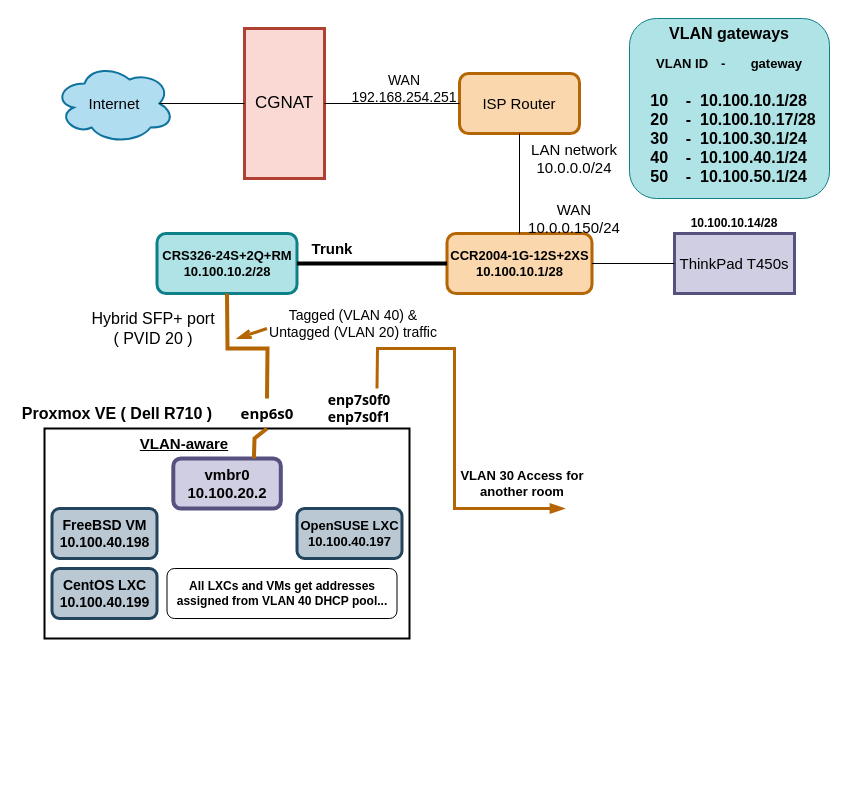
Andreansx/Networking-lab keeps this draw.io diagram as media/topology.drawio. Above is the earlier version. Source tidied: cells renumbered, new cells numbered last; positions are measured from the earlier drawing's top-left corner, leaving out a move shared by most shapes. Both pictures are drawn from the tidied source at 100%, with x=0, y=0 at pixel (16, 18).
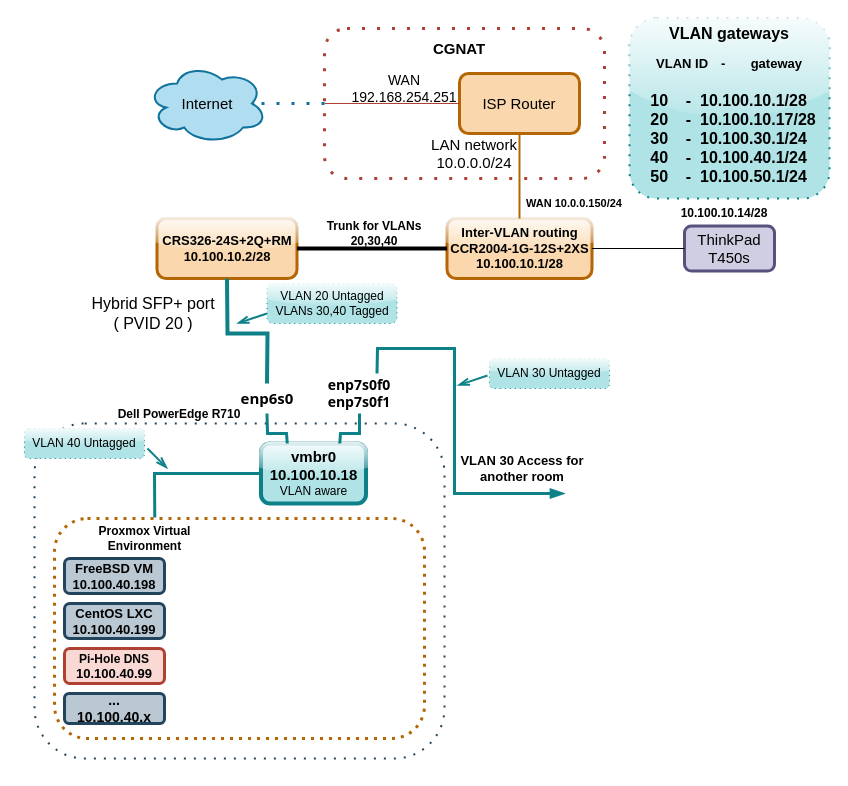
The same page after the edit.

Unchanged cells that the change refers to:
```xml
<mxCell id="3" value="&lt;font style=&quot;font-size: 15px;&quot;&gt;ISP Router&lt;/font&gt;" style="rounded=1;whiteSpace=wrap;html=1;fillColor=#fad7ac;strokeColor=#b46504;strokeWidth=3;" parent="1" vertex="1">
  <mxGeometry x="443" y="55" width="120" height="60" as="geometry" />
</mxCell>
```

Diff of the diagram source:
```diff
@@
+    <mxCell id="17" style="rounded=1;whiteSpace=wrap;html=1;strokeWidth=2;perimeterSpacing=0;dashed=1;dashPattern=1 4;fillColor=none;strokeColor=#23445d;glass=0;" parent="1" vertex="1">
+      <mxGeometry x="18" y="405" width="410" height="335" as="geometry" />
+    </mxCell>
+    <mxCell id="41" style="rounded=1;whiteSpace=wrap;html=1;dashed=1;dashPattern=1 2;fillColor=none;strokeColor=#b46504;strokeWidth=3;" parent="1" vertex="1">
+      <mxGeometry x="38" y="500" width="370" height="220" as="geometry" />
+    </mxCell>
+    <mxCell id="4" style="rounded=1;whiteSpace=wrap;html=1;fillColor=none;strokeColor=#ae4132;strokeWidth=3;dashed=1;dashPattern=1 4;" parent="1" vertex="1">
+      <mxGeometry x="308" y="10" width="280" height="150" as="geometry" />
+    </mxCell>
     <mxCell id="2" value="&lt;font style=&quot;font-size: 15px;&quot;&gt;Internet&lt;/font&gt;" style="ellipse;shape=cloud;whiteSpace=wrap;html=1;fillColor=#b1ddf0;strokeColor=#10739e;strokeWidth=2;" parent="1" vertex="1">
-      <mxGeometry x="38" y="45" width="120" height="80" as="geometry" />
+      <mxGeometry x="130.5" y="45" width="120" height="80" as="geometry" />
     </mxCell>
@@
-    <mxCell id="4" value="&lt;font style=&quot;font-size: 17px;&quot;&gt;CGNAT&lt;/font&gt;" style="rounded=0;whiteSpace=wrap;html=1;fillColor=#fad9d5;strokeColor=#ae4132;strokeWidth=3;" parent="1" vertex="1">
-      <mxGeometry x="228" y="10" width="80" height="150" as="geometry" />
-    </mxCell>
-    <mxCell id="5" style="endArrow=none;html=1;rounded=0;entryX=0;entryY=0.5;entryDx=0;entryDy=0;exitX=1;exitY=0.5;exitDx=0;exitDy=0;" parent="1" edge="1" source="4" target="3">
+    <mxCell id="5" style="endArrow=none;html=1;rounded=0;entryX=0;entryY=0.5;entryDx=0;entryDy=0;exitX=0;exitY=0.5;exitDx=0;exitDy=0;fillColor=#fad9d5;strokeColor=#ae4132;flowAnimation=1;" parent="1" edge="1" source="3" target="4">
       <mxGeometry relative="1" as="geometry" />
     </mxCell>
-    <mxCell id="6" style="endArrow=none;html=1;rounded=0;entryX=0;entryY=0.5;entryDx=0;entryDy=0;exitX=0.875;exitY=0.5;exitDx=0;exitDy=0;exitPerimeter=0;" parent="1" edge="1" source="2" target="4">
+    <mxCell id="6" style="endArrow=none;html=1;rounded=0;entryX=0.875;entryY=0.5;entryDx=0;entryDy=0;exitX=0;exitY=0.5;exitDx=0;exitDy=0;fillColor=#b1ddf0;strokeColor=#10739e;flowAnimation=1;entryPerimeter=0;strokeWidth=3;endFill=0;dashed=1;dashPattern=1 4;" parent="1" edge="1" source="4" target="2">
       <mxGeometry relative="1" as="geometry" />
     </mxCell>
@@
     <mxCell id="8" value="&lt;div&gt;&lt;font style=&quot;font-size: 15px;&quot;&gt;LAN network&lt;/font&gt;&lt;/div&gt;&lt;div&gt;&lt;font style=&quot;font-size: 15px;&quot;&gt;10.0.0.0/24&lt;/font&gt;&lt;/div&gt;" style="text;html=1;align=center;verticalAlign=middle;whiteSpace=wrap;rounded=0;" parent="1" vertex="1">
-      <mxGeometry x="513" y="125" width="90" height="30" as="geometry" />
+      <mxGeometry x="413" y="120" width="90" height="30" as="geometry" />
     </mxCell>
-    <mxCell id="9" value="&lt;div&gt;&lt;font style=&quot;font-size: 13px;&quot;&gt;&lt;b&gt;CCR2004-1G-12S+2XS&lt;/b&gt;&lt;/font&gt;&lt;/div&gt;&lt;div&gt;&lt;font style=&quot;font-size: 13px;&quot;&gt;&lt;b&gt;10.100.10.1/28&lt;/b&gt;&lt;/font&gt;&lt;/div&gt;" style="rounded=1;whiteSpace=wrap;html=1;fillColor=#fad7ac;strokeColor=#b46504;strokeWidth=3;" parent="1" vertex="1">
-      <mxGeometry x="430.5" y="215" width="145" height="60" as="geometry" />
+    <mxCell id="9" value="&lt;div&gt;&lt;font style=&quot;font-size: 13px;&quot;&gt;&lt;b&gt;Inter-VLAN routing&lt;/b&gt;&lt;/font&gt;&lt;/div&gt;&lt;div&gt;&lt;font style=&quot;font-size: 13px;&quot;&gt;&lt;b&gt;CCR2004-1G-12S+2XS&lt;/b&gt;&lt;/font&gt;&lt;/div&gt;&lt;div&gt;&lt;font style=&quot;font-size: 13px;&quot;&gt;&lt;b&gt;10.100.10.1/28&lt;/b&gt;&lt;/font&gt;&lt;/div&gt;" style="rounded=1;whiteSpace=wrap;html=1;fillColor=#fad7ac;strokeColor=#b46504;strokeWidth=3;glass=1;" parent="1" vertex="1">
+      <mxGeometry x="430.5" y="200" width="145" height="60" as="geometry" />
     </mxCell>
-    <mxCell id="10" style="endArrow=none;html=1;rounded=0;entryX=0.5;entryY=1;entryDx=0;entryDy=0;exitX=0.5;exitY=0;exitDx=0;exitDy=0;" parent="1" edge="1" source="9" target="3">
+    <mxCell id="10" style="endArrow=none;html=1;rounded=0;entryX=0.5;entryY=1;entryDx=0;entryDy=0;exitX=0.5;exitY=0;exitDx=0;exitDy=0;fillColor=#fad7ac;strokeColor=#b46504;strokeWidth=2;flowAnimation=1;" parent="1" edge="1" source="9" target="3">
       <mxGeometry relative="1" as="geometry" />
     </mxCell>
-    <mxCell id="11" value="&lt;div&gt;&lt;font style=&quot;font-size: 15px;&quot;&gt;WAN&lt;/font&gt;&lt;/div&gt;&lt;div&gt;&lt;font style=&quot;font-size: 15px;&quot;&gt;10.0.0.150/24&lt;/font&gt;&lt;/div&gt;" style="text;html=1;align=center;verticalAlign=middle;whiteSpace=wrap;rounded=0;" parent="1" vertex="1">
-      <mxGeometry x="503" y="185" width="110" height="30" as="geometry" />
+    <mxCell id="11" value="&lt;div&gt;&lt;b&gt;&lt;font style=&quot;font-size: 11px;&quot;&gt;WAN 10.0.0.150/24&lt;/font&gt;&lt;/b&gt;&lt;/div&gt;" style="text;html=1;align=center;verticalAlign=middle;whiteSpace=wrap;rounded=0;" parent="1" vertex="1">
+      <mxGeometry x="503" y="170" width="110" height="30" as="geometry" />
     </mxCell>
-    <mxCell id="12" value="&lt;div&gt;&lt;font style=&quot;font-size: 13px;&quot;&gt;&lt;b&gt;CRS326-24S+2Q+RM&lt;/b&gt;&lt;/font&gt;&lt;/div&gt;&lt;div&gt;&lt;font style=&quot;font-size: 13px;&quot;&gt;&lt;b&gt;10.100.10.2/28&lt;/b&gt;&lt;/font&gt;&lt;/div&gt;" style="rounded=1;whiteSpace=wrap;html=1;fillColor=#b0e3e6;strokeColor=#0e8088;strokeWidth=3;" parent="1" vertex="1">
-      <mxGeometry x="140.5" y="215" width="140" height="60" as="geometry" />
+    <mxCell id="12" value="&lt;div&gt;&lt;font style=&quot;font-size: 13px;&quot;&gt;&lt;b&gt;CRS326-24S+2Q+RM&lt;/b&gt;&lt;/font&gt;&lt;/div&gt;&lt;div&gt;&lt;font style=&quot;font-size: 13px;&quot;&gt;&lt;b&gt;10.100.10.2/28&lt;/b&gt;&lt;/font&gt;&lt;/div&gt;" style="rounded=1;whiteSpace=wrap;html=1;fillColor=#fad7ac;strokeColor=#b46504;strokeWidth=3;glass=1;" parent="1" vertex="1">
+      <mxGeometry x="140.5" y="200" width="140" height="60" as="geometry" />
     </mxCell>
-    <mxCell id="13" style="endArrow=none;html=1;rounded=0;strokeWidth=4;strokeColor=light-dark(#000000,#F5C211);entryX=0;entryY=0.5;entryDx=0;entryDy=0;exitX=1;exitY=0.5;exitDx=0;exitDy=0;" parent="1" edge="1" source="12" target="9">
+    <mxCell id="13" style="endArrow=none;html=1;rounded=0;strokeWidth=4;strokeColor=light-dark(#000000,#F5C211);entryX=0;entryY=0.5;entryDx=0;entryDy=0;exitX=1;exitY=0.5;exitDx=0;exitDy=0;flowAnimation=1;" parent="1" edge="1" source="12" target="9">
       <mxGeometry relative="1" as="geometry" />
     </mxCell>
-    <mxCell id="14" value="&lt;b&gt;&lt;font style=&quot;font-size: 15px;&quot;&gt;Trunk&lt;/font&gt;&lt;/b&gt;" style="text;html=1;align=center;verticalAlign=middle;whiteSpace=wrap;rounded=0;" parent="1" vertex="1">
-      <mxGeometry x="270.5" y="215" width="90" height="30" as="geometry" />
+    <mxCell id="14" value="&lt;b&gt;Trunk for VLANs 20,30,40&lt;/b&gt;" style="text;html=1;align=center;verticalAlign=middle;whiteSpace=wrap;rounded=0;" parent="1" vertex="1">
+      <mxGeometry x="303" y="200" width="110" height="30" as="geometry" />
     </mxCell>
-    <mxCell id="15" value="&lt;font style=&quot;font-size: 15px;&quot;&gt;ThinkPad T450s&lt;/font&gt;" style="rounded=0;whiteSpace=wrap;html=1;fillColor=#d0cee2;strokeColor=#56517e;strokeWidth=3;" parent="1" vertex="1">
-      <mxGeometry x="658" y="215" width="120" height="60" as="geometry" />
+    <mxCell id="15" value="&lt;font style=&quot;font-size: 15px;&quot;&gt;ThinkPad T450s&lt;/font&gt;" style="rounded=1;whiteSpace=wrap;html=1;fillColor=#d0cee2;strokeColor=#56517e;strokeWidth=3;" parent="1" vertex="1">
+      <mxGeometry x="668" y="207.5" width="90" height="45" as="geometry" />
     </mxCell>
     <mxCell id="16" value="&lt;div&gt;&lt;b&gt;10.100.10.14/28&lt;/b&gt;&lt;/div&gt;" style="text;html=1;align=center;verticalAlign=middle;whiteSpace=wrap;rounded=0;" parent="1" vertex="1">
-      <mxGeometry x="668" y="180" width="100" height="50" as="geometry" />
+      <mxGeometry x="658" y="170" width="100" height="50" as="geometry" />
     </mxCell>
-    <mxCell id="17" style="rounded=0;whiteSpace=wrap;html=1;strokeWidth=2;" parent="1" vertex="1">
-      <mxGeometry x="28" y="410" width="365" height="210" as="geometry" />
-    </mxCell>
-    <mxCell id="18" value="&lt;b&gt;&lt;font style=&quot;font-size: 16px;&quot;&gt;Proxmox VE ( Dell R710 )&lt;/font&gt;&lt;/b&gt;" style="text;html=1;align=center;verticalAlign=middle;whiteSpace=wrap;rounded=0;" parent="1" vertex="1">
-      <mxGeometry x="0.5" y="390" width="200" height="10" as="geometry" />
+    <mxCell id="18" value="&lt;b&gt;Dell PowerEdge R710&lt;/b&gt;" style="text;html=1;align=center;verticalAlign=middle;whiteSpace=wrap;rounded=0;" parent="1" vertex="1">
+      <mxGeometry x="98" y="391" width="130" height="10" as="geometry" />
     </mxCell>
-    <mxCell id="19" style="endArrow=none;html=1;rounded=0;fontSize=12;startSize=8;endSize=8;curved=0;entryX=0.5;entryY=1;entryDx=0;entryDy=0;fillColor=#fad7ac;strokeColor=#b46504;strokeWidth=4;exitX=0.5;exitY=0;exitDx=0;exitDy=0;" parent="1" edge="1" source="38" target="12">
+    <mxCell id="19" style="endArrow=none;html=1;rounded=0;fontSize=12;startSize=8;endSize=8;curved=0;entryX=0.5;entryY=1;entryDx=0;entryDy=0;fillColor=#b0e3e6;strokeColor=#0e8088;strokeWidth=4;exitX=0.5;exitY=0;exitDx=0;exitDy=0;flowAnimation=1;" parent="1" edge="1" source="38" target="12">
       <mxGeometry relative="1" as="geometry">
         <Array as="points">
-          <mxPoint x="251" y="330" />
-          <mxPoint x="211" y="330" />
+          <mxPoint x="251" y="315" />
+          <mxPoint x="211" y="315" />
         </Array>
       </mxGeometry>
     </mxCell>
     <mxCell id="20" value="&lt;div&gt;&lt;font style=&quot;font-size: 16px;&quot;&gt;Hybrid SFP+ port&lt;/font&gt;&lt;/div&gt;&lt;div&gt;&lt;font style=&quot;font-size: 16px;&quot;&gt;( PVID 20 )&lt;/font&gt;&lt;/div&gt;" style="text;html=1;align=center;verticalAlign=middle;whiteSpace=wrap;rounded=0;" parent="1" vertex="1">
-      <mxGeometry x="68" y="280" width="137.5" height="60" as="geometry" />
+      <mxGeometry x="68" y="265" width="137.5" height="60" as="geometry" />
     </mxCell>
-    <mxCell id="21" value="&lt;div&gt;&lt;font style=&quot;font-size: 15px;&quot;&gt;&lt;b&gt;vmbr0&lt;/b&gt;&lt;/font&gt;&lt;/div&gt;&lt;div&gt;&lt;font style=&quot;font-size: 15px;&quot;&gt;&lt;b&gt;10.100.20.2&lt;/b&gt;&lt;/font&gt;&lt;/div&gt;" style="rounded=1;whiteSpace=wrap;html=1;fillColor=#d0cee2;strokeColor=#56517e;strokeWidth=4;" parent="1" vertex="1">
-      <mxGeometry x="156.8" y="440" width="107.5" height="50" as="geometry" />
+    <mxCell id="21" value="&lt;div&gt;&lt;font style=&quot;font-size: 15px;&quot;&gt;&lt;b&gt;vmbr0&lt;/b&gt;&lt;/font&gt;&lt;/div&gt;&lt;div&gt;&lt;font style=&quot;font-size: 15px;&quot;&gt;&lt;b&gt;10.100.10.18&lt;/b&gt;&lt;/font&gt;&lt;/div&gt;&lt;div&gt;VLAN aware&lt;/div&gt;" style="rounded=1;whiteSpace=wrap;html=1;fillColor=#b0e3e6;strokeColor=#0e8088;strokeWidth=4;glass=1;" parent="1" vertex="1">
+      <mxGeometry x="244.5" y="425" width="105" height="60" as="geometry" />
     </mxCell>
-    <mxCell id="22" value="&lt;font style=&quot;font-size: 15px;&quot;&gt;&lt;b&gt;&lt;u&gt;VLAN-aware&lt;/u&gt;&lt;/b&gt;&lt;/font&gt;" style="text;html=1;align=center;verticalAlign=middle;whiteSpace=wrap;rounded=0;" parent="1" vertex="1">
-      <mxGeometry x="108" y="400" width="120" height="50" as="geometry" />
-    </mxCell>
-    <mxCell id="23" value="&lt;div&gt;&lt;font style=&quot;font-size: 14px;&quot;&gt;&lt;b&gt;FreeBSD VM&lt;/b&gt;&lt;/font&gt;&lt;/div&gt;&lt;div&gt;&lt;font style=&quot;font-size: 14px;&quot;&gt;&lt;b&gt;10.100.40.198&lt;/b&gt;&lt;/font&gt;&lt;/div&gt;" style="rounded=1;whiteSpace=wrap;html=1;fillColor=#bac8d3;strokeColor=#23445d;strokeWidth=3;" parent="1" vertex="1">
-      <mxGeometry x="35.5" y="490" width="105" height="50" as="geometry" />
+    <mxCell id="23" value="&lt;div&gt;&lt;font style=&quot;font-size: 13px;&quot;&gt;&lt;b&gt;FreeBSD VM&lt;/b&gt;&lt;/font&gt;&lt;/div&gt;&lt;div&gt;&lt;font style=&quot;font-size: 13px;&quot;&gt;&lt;b&gt;10.100.40.198&lt;/b&gt;&lt;/font&gt;&lt;/div&gt;" style="rounded=1;whiteSpace=wrap;html=1;fillColor=#bac8d3;strokeColor=#23445d;strokeWidth=3;" parent="1" vertex="1">
+      <mxGeometry x="48" y="540" width="100" height="35" as="geometry" />
     </mxCell>
-    <mxCell id="24" style="endArrow=openThin;html=1;rounded=0;fontSize=12;startSize=8;endSize=8;curved=1;strokeWidth=3;fillColor=#fad7ac;strokeColor=#b46504;endFill=0;" parent="1" edge="1">
+    <mxCell id="24" style="endArrow=openThin;html=1;rounded=0;fontSize=12;startSize=8;endSize=8;curved=1;strokeWidth=2;fillColor=#b0e3e6;strokeColor=#0e8088;endFill=0;flowAnimation=0;" parent="1" edge="1">
       <mxGeometry relative="1" as="geometry">
-        <mxPoint x="250.5" y="310" as="sourcePoint" />
-        <mxPoint x="220.5" y="320" as="targetPoint" />
+        <mxPoint x="250.5" y="295" as="sourcePoint" />
+        <mxPoint x="220.5" y="305" as="targetPoint" />
       </mxGeometry>
     </mxCell>
-    <mxCell id="25" value="&lt;font style=&quot;font-size: 14px;&quot;&gt;Tagged (VLAN 40) &amp;amp; Untagged (VLAN 20) traffic&lt;/font&gt;" style="text;html=1;align=center;verticalAlign=middle;whiteSpace=wrap;rounded=0;" parent="1" vertex="1">
-      <mxGeometry x="243" y="280" width="187.5" height="50" as="geometry" />
-    </mxCell>
@@
-    <mxCell id="28" value="&lt;div&gt;&lt;font style=&quot;font-size: 14px;&quot;&gt;&lt;b&gt;CentOS LXC&lt;/b&gt;&lt;/font&gt;&lt;/div&gt;&lt;div&gt;&lt;font style=&quot;font-size: 14px;&quot;&gt;&lt;b&gt;10.100.40.199&lt;/b&gt;&lt;/font&gt;&lt;/div&gt;" style="rounded=1;whiteSpace=wrap;html=1;fillColor=#bac8d3;strokeColor=#23445d;strokeWidth=3;" parent="1" vertex="1">
-      <mxGeometry x="35.5" y="550" width="105" height="50" as="geometry" />
+    <mxCell id="28" value="&lt;div&gt;&lt;font style=&quot;font-size: 13px;&quot;&gt;&lt;b&gt;CentOS LXC&lt;/b&gt;&lt;/font&gt;&lt;/div&gt;&lt;div&gt;&lt;font style=&quot;font-size: 13px;&quot;&gt;&lt;b&gt;10.100.40.199&lt;/b&gt;&lt;/font&gt;&lt;/div&gt;" style="rounded=1;whiteSpace=wrap;html=1;fillColor=#bac8d3;strokeColor=#23445d;strokeWidth=3;" parent="1" vertex="1">
+      <mxGeometry x="48" y="585" width="100" height="35" as="geometry" />
     </mxCell>
-    <mxCell id="29" value="&lt;div&gt;&lt;font style=&quot;font-size: 13px;&quot;&gt;&lt;b&gt;&lt;font&gt;OpenSUSE LXC&lt;/font&gt;&lt;/b&gt;&lt;/font&gt;&lt;/div&gt;&lt;div&gt;&lt;font style=&quot;font-size: 13px;&quot;&gt;&lt;b&gt;&lt;font&gt;10.100.40.197&lt;/font&gt;&lt;/b&gt;&lt;/font&gt;&lt;/div&gt;" style="rounded=1;whiteSpace=wrap;html=1;fillColor=#bac8d3;strokeColor=#23445d;strokeWidth=3;" parent="1" vertex="1">
-      <mxGeometry x="280.5" y="490" width="105" height="50" as="geometry" />
+    <mxCell id="29" value="&lt;div&gt;&lt;b&gt;Pi-Hole DNS&lt;/b&gt;&lt;/div&gt;&lt;div&gt;&lt;font style=&quot;font-size: 13px;&quot;&gt;&lt;b&gt;&lt;font&gt;10.100.40.99&lt;/font&gt;&lt;/b&gt;&lt;/font&gt;&lt;/div&gt;" style="rounded=1;whiteSpace=wrap;html=1;fillColor=#fad9d5;strokeColor=#ae4132;strokeWidth=3;" parent="1" vertex="1">
+      <mxGeometry x="48" y="630" width="100" height="35" as="geometry" />
     </mxCell>
-    <mxCell id="30" value="&lt;b&gt;All LXCs and VMs get addresses assigned from VLAN 40 DHCP pool...&lt;/b&gt;" style="rounded=1;whiteSpace=wrap;html=1;" parent="1" vertex="1">
-      <mxGeometry x="150.5" y="550" width="230" height="50" as="geometry" />
-    </mxCell>
-    <mxCell id="31" style="endArrow=none;html=1;rounded=0;entryX=0;entryY=0.5;entryDx=0;entryDy=0;exitX=1;exitY=0.5;exitDx=0;exitDy=0;" parent="1" edge="1" source="9" target="15">
+    <mxCell id="31" style="endArrow=none;html=1;rounded=0;entryX=0;entryY=0.5;entryDx=0;entryDy=0;exitX=1;exitY=0.5;exitDx=0;exitDy=0;flowAnimation=1;" parent="1" edge="1" source="9" target="15">
       <mxGeometry relative="1" as="geometry" />
     </mxCell>
-    <mxCell id="32" style="rounded=1;whiteSpace=wrap;html=1;fillColor=#b0e3e6;strokeColor=#0e8088;" parent="1" vertex="1">
+    <mxCell id="32" style="rounded=1;whiteSpace=wrap;html=1;fillColor=#b0e3e6;strokeColor=#0e8088;strokeWidth=2;dashed=1;dashPattern=1 4;glass=1;" parent="1" vertex="1">
       <mxGeometry x="613" width="200" height="180" as="geometry" />
     </mxCell>
@@
-    <mxCell id="36" style="endArrow=blockThin;html=1;rounded=0;fillColor=#fad7ac;strokeColor=#b46504;strokeWidth=3;endFill=1;endSize=7;exitX=0.75;exitY=0;exitDx=0;exitDy=0;" parent="1" edge="1" source="39">
+    <mxCell id="36" style="endArrow=blockThin;html=1;rounded=0;fillColor=#b0e3e6;strokeColor=#0e8088;strokeWidth=3;endFill=1;endSize=7;exitX=0.75;exitY=0;exitDx=0;exitDy=0;flowAnimation=1;" parent="1" edge="1" source="39">
       <mxGeometry relative="1" as="geometry">
-        <mxPoint x="548" y="490" as="targetPoint" />
+        <mxPoint x="548" y="475" as="targetPoint" />
         <Array as="points">
           <mxPoint x="361" y="330" />
           <mxPoint x="438" y="330" />
-          <mxPoint x="438" y="490" />
+          <mxPoint x="438" y="475" />
         </Array>
       </mxGeometry>
     </mxCell>
     <mxCell id="37" value="&lt;b&gt;&lt;font style=&quot;font-size: 13px;&quot;&gt;VLAN 30 Access for another room&lt;/font&gt;&lt;/b&gt;" style="text;html=1;align=center;verticalAlign=middle;whiteSpace=wrap;rounded=0;" parent="1" vertex="1">
-      <mxGeometry x="435.5" y="440" width="140" height="50" as="geometry" />
+      <mxGeometry x="435.5" y="425" width="140" height="50" as="geometry" />
     </mxCell>
     <mxCell id="38" value="&lt;b&gt;&lt;font style=&quot;font-size: 15px;&quot; face=&quot;Tahoma&quot;&gt;enp6s0&lt;/font&gt;&lt;/b&gt;" style="text;html=1;align=center;verticalAlign=middle;whiteSpace=wrap;rounded=0;" parent="1" vertex="1">
-      <mxGeometry x="220.5" y="380" width="60" height="30" as="geometry" />
+      <mxGeometry x="220.5" y="365" width="60" height="30" as="geometry" />
     </mxCell>
     <mxCell id="39" value="&lt;div&gt;&lt;font style=&quot;font-size: 14px;&quot; face=&quot;Tahoma&quot;&gt;&lt;b&gt;enp7s0f0&lt;/b&gt;&lt;/font&gt;&lt;/div&gt;&lt;div&gt;&lt;font style=&quot;font-size: 14px;&quot; face=&quot;Tahoma&quot;&gt;&lt;b&gt;enp7s0f1&lt;/b&gt;&lt;/font&gt;&lt;/div&gt;" style="text;html=1;align=center;verticalAlign=middle;whiteSpace=wrap;rounded=0;" parent="1" vertex="1">
-      <mxGeometry x="308" y="370" width="70" height="40" as="geometry" />
+      <mxGeometry x="308" y="355" width="70" height="40" as="geometry" />
     </mxCell>
-    <mxCell id="40" style="endArrow=none;html=1;rounded=0;entryX=0.5;entryY=1;entryDx=0;entryDy=0;exitX=0.75;exitY=0;exitDx=0;exitDy=0;fillColor=#fad7ac;strokeColor=#b46504;strokeWidth=4;" parent="1" edge="1" source="21" target="38">
+    <mxCell id="40" style="endArrow=none;html=1;rounded=0;entryX=0.5;entryY=1;entryDx=0;entryDy=0;exitX=0.25;exitY=0;exitDx=0;exitDy=0;fillColor=#b0e3e6;strokeColor=#0e8088;strokeWidth=3;flowAnimation=1;" parent="1" edge="1" source="21" target="38">
       <mxGeometry relative="1" as="geometry">
         <Array as="points">
-          <mxPoint x="238" y="420" />
+          <mxPoint x="270" y="415" />
+          <mxPoint x="251" y="415" />
         </Array>
       </mxGeometry>
     </mxCell>
+    <mxCell id="42" style="endArrow=none;html=1;rounded=0;entryX=0.5;entryY=1;entryDx=0;entryDy=0;exitX=0.75;exitY=0;exitDx=0;exitDy=0;fillColor=#b0e3e6;strokeColor=#0e8088;strokeWidth=3;flowAnimation=1;" parent="1" edge="1" source="21" target="39">
+      <mxGeometry relative="1" as="geometry">
+        <Array as="points">
+          <mxPoint x="324" y="415" />
+          <mxPoint x="343" y="415" />
+        </Array>
+      </mxGeometry>
+    </mxCell>
+    <mxCell id="43" value="&lt;div&gt;VLAN 20 Untagged&lt;/div&gt;&lt;div&gt;VLANs 30,40 Tagged&lt;/div&gt;" style="text;html=1;align=center;verticalAlign=middle;whiteSpace=wrap;rounded=1;fillColor=#b0e3e6;strokeColor=#0e8088;perimeterSpacing=5;gradientColor=none;dashed=1;glass=1;shadow=0;dashPattern=1 4;" parent="1" vertex="1">
+      <mxGeometry x="250.5" y="265" width="130" height="40" as="geometry" />
+    </mxCell>
+    <mxCell id="44" value="&lt;div&gt;&lt;font style=&quot;font-size: 14px;&quot;&gt;&lt;b&gt;...&lt;/b&gt;&lt;/font&gt;&lt;/div&gt;&lt;div&gt;&lt;font style=&quot;font-size: 14px;&quot;&gt;&lt;b&gt;10.100.40.x&lt;/b&gt;&lt;/font&gt;&lt;/div&gt;" style="rounded=1;whiteSpace=wrap;html=1;fillColor=#bac8d3;strokeColor=#23445d;strokeWidth=3;" parent="1" vertex="1">
+      <mxGeometry x="48" y="675" width="100" height="30" as="geometry" />
+    </mxCell>
+    <mxCell id="45" value="&lt;b&gt;&lt;font style=&quot;font-size: 15px;&quot;&gt;CGNAT&lt;/font&gt;&lt;/b&gt;" style="text;html=1;align=center;verticalAlign=middle;whiteSpace=wrap;rounded=0;" parent="1" vertex="1">
+      <mxGeometry x="413" y="15" width="60" height="30" as="geometry" />
+    </mxCell>
+    <mxCell id="46" value="VLAN 30 Untagged" style="text;html=1;align=center;verticalAlign=middle;whiteSpace=wrap;rounded=1;fillColor=#b0e3e6;strokeColor=#0e8088;perimeterSpacing=5;gradientColor=none;dashed=1;glass=1;shadow=0;dashPattern=1 4;" parent="1" vertex="1">
+      <mxGeometry x="473" y="340" width="120" height="30" as="geometry" />
+    </mxCell>
+    <mxCell id="47" style="endArrow=openThin;html=1;rounded=0;fontSize=12;startSize=8;endSize=8;curved=1;strokeWidth=2;fillColor=#b0e3e6;strokeColor=#0e8088;endFill=0;flowAnimation=0;" parent="1" edge="1">
+      <mxGeometry relative="1" as="geometry">
+        <mxPoint x="471" y="357" as="sourcePoint" />
+        <mxPoint x="441" y="367" as="targetPoint" />
+      </mxGeometry>
+    </mxCell>
+    <mxCell id="48" value="&lt;b&gt;Proxmox Virtual Environment&lt;/b&gt;" style="text;html=1;align=center;verticalAlign=middle;whiteSpace=wrap;rounded=0;" parent="1" vertex="1">
+      <mxGeometry x="78.8" y="505" width="98.5" height="30" as="geometry" />
+    </mxCell>
+    <mxCell id="49" style="endArrow=none;html=1;rounded=0;entryX=0;entryY=0.5;entryDx=0;entryDy=0;fillColor=#b0e3e6;strokeColor=#0e8088;strokeWidth=3;flowAnimation=1;exitX=0.271;exitY=-0.005;exitDx=0;exitDy=0;exitPerimeter=0;" parent="1" edge="1" source="41" target="21">
+      <mxGeometry relative="1" as="geometry">
+        <Array as="points">
+          <mxPoint x="138" y="455" />
+        </Array>
+      </mxGeometry>
+    </mxCell>
+    <mxCell id="50" value="VLAN 40 Untagged" style="text;html=1;align=center;verticalAlign=middle;whiteSpace=wrap;rounded=1;fillColor=#b0e3e6;strokeColor=#0e8088;perimeterSpacing=5;gradientColor=none;dashed=1;glass=1;shadow=0;dashPattern=1 4;" parent="1" vertex="1">
+      <mxGeometry x="8" y="410" width="120" height="30" as="geometry" />
+    </mxCell>
+    <mxCell id="51" style="endArrow=openThin;html=1;rounded=0;fontSize=12;startSize=8;endSize=8;curved=1;strokeWidth=2;fillColor=#b0e3e6;strokeColor=#0e8088;endFill=0;flowAnimation=0;" parent="1" edge="1">
+      <mxGeometry relative="1" as="geometry">
+        <mxPoint x="131" y="430" as="sourcePoint" />
+        <mxPoint x="151" y="450" as="targetPoint" />
+      </mxGeometry>
+    </mxCell>
```
